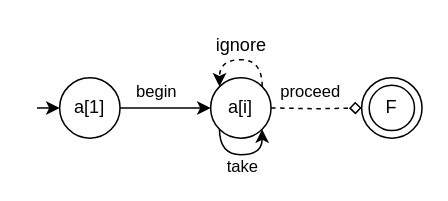
This is page "interval event" (4 of 6) of whyIntervalEvent.drawio from LiLiJacky/graphData, a draw.io file, before an edit. Source tidied: cells renumbered, new cells numbered last; positions are measured from the earlier drawing's top-left corner, leaving out a move shared by most shapes. Both pictures are drawn from the tidied source at 151%, with x=0, y=0 at pixel (36, 26).
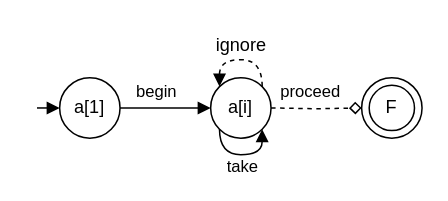
Above is the later version.

Unchanged cells that the change refers to:
```xml
<mxCell id="2" value="a[1]" style="ellipse;whiteSpace=wrap;html=1;" parent="1" vertex="1">
  <mxGeometry x="15" y="34" width="40" height="40" as="geometry" />
</mxCell>
<mxCell id="5" value="a[i]" style="ellipse;whiteSpace=wrap;html=1;" parent="1" vertex="1">
  <mxGeometry x="115" y="34" width="40" height="40" as="geometry" />
</mxCell>
```

The edit, as a diff of the source:
```diff
@@
-    <mxCell id="3" style="edgeStyle=orthogonalEdgeStyle;rounded=0;jettySize=auto;html=1;entryX=0;entryY=0.5;entryDx=0;entryDy=0;exitX=1;exitY=0.5;exitDx=0;exitDy=0;" parent="1" edge="1" source="2" target="5">
+    <mxCell id="3" style="edgeStyle=orthogonalEdgeStyle;rounded=0;jettySize=auto;html=1;entryX=0;entryY=0.5;entryDx=0;entryDy=0;exitX=1;exitY=0.5;exitDx=0;exitDy=0;endArrow=block;endFill=1;" parent="1" edge="1" source="2" target="5">
       <mxGeometry relative="1" as="geometry" />
     </mxCell>
@@
-    <mxCell id="10" style="edgeStyle=orthogonalEdgeStyle;rounded=0;orthogonalLoop=1;jettySize=auto;html=1;exitX=1;exitY=0;exitDx=0;exitDy=0;entryX=0;entryY=0;entryDx=0;entryDy=0;curved=1;dashed=1;" parent="1" edge="1" source="5" target="5">
+    <mxCell id="10" style="edgeStyle=orthogonalEdgeStyle;rounded=0;orthogonalLoop=1;jettySize=auto;html=1;exitX=1;exitY=0;exitDx=0;exitDy=0;entryX=0;entryY=0;entryDx=0;entryDy=0;curved=1;dashed=1;endArrow=block;endFill=1;" parent="1" edge="1" source="5" target="5">
       <mxGeometry relative="1" as="geometry">
         <Array as="points">
           <mxPoint x="149" y="22" />
           <mxPoint x="121" y="22" />
         </Array>
       </mxGeometry>
     </mxCell>
@@
-    <mxCell id="12" style="edgeStyle=orthogonalEdgeStyle;rounded=0;orthogonalLoop=1;jettySize=auto;html=1;exitX=0;exitY=1;exitDx=0;exitDy=0;entryX=1;entryY=1;entryDx=0;entryDy=0;curved=1;" parent="1" edge="1" source="5" target="5">
+    <mxCell id="12" style="edgeStyle=orthogonalEdgeStyle;rounded=0;orthogonalLoop=1;jettySize=auto;html=1;exitX=0;exitY=1;exitDx=0;exitDy=0;entryX=1;entryY=1;entryDx=0;entryDy=0;curved=1;endArrow=block;endFill=1;" parent="1" edge="1" source="5" target="5">
       <mxGeometry relative="1" as="geometry">
         <Array as="points">
           <mxPoint x="121" y="85" />
           <mxPoint x="149" y="85" />
         </Array>
       </mxGeometry>
     </mxCell>
@@
-    <mxCell id="14" style="edgeStyle=orthogonalEdgeStyle;rounded=0;orthogonalLoop=1;jettySize=auto;html=1;entryX=0;entryY=0.5;entryDx=0;entryDy=0;" parent="1" edge="1">
+    <mxCell id="14" style="edgeStyle=orthogonalEdgeStyle;rounded=0;orthogonalLoop=1;jettySize=auto;html=1;entryX=0;entryY=0.5;entryDx=0;entryDy=0;endArrow=block;endFill=1;" parent="1" edge="1">
       <mxGeometry relative="1" as="geometry">
         <mxPoint y="54" as="sourcePoint" />
         <mxPoint x="15" y="53.8" as="targetPoint" />
       </mxGeometry>
     </mxCell>
```
